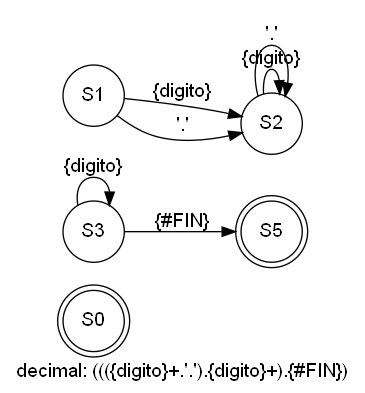
This is AFD_202004765/AFD_decimal.png from PikaGuty/OLC1_Proyecto1_202004765, a Graphviz export, as it was before one commit. Its source is kept beside it as AFD_202004765/AFD_decimal.dot. The source it was exported from:
```dot
digraph finite_state_machine {
	fontname="Helvetica,Arial,sans-serif"
       label="decimal: ((({digito}+.'.').{digito}+).{#FIN})"	node [fontname="Helvetica,Arial,sans-serif"]
	edge [fontname="Helvetica,Arial,sans-serif"]
	rankdir=LR;
	size="8,5";
       node [shape = doublecircle]; S0 S5;
	node [shape = circle];S1 -> S2 [label = "{digito}"];
S1 -> S2 [label = "'.'"];
S2 -> S2 [label = "{digito}"];
S2 -> S2 [label = "'.'"];
S3 -> S3 [label = "{digito}"];
S3 -> S5 [label = "{#FIN}"];
}
```
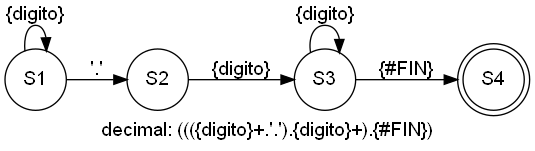
After the change.

The edit, as a diff of the source:
```diff
@@ -4,11 +4,10 @@
 	edge [fontname="Helvetica,Arial,sans-serif"]
 	rankdir=LR;
 	size="8,5";
-       node [shape = doublecircle]; S0 S5;
-	node [shape = circle];S1 -> S2 [label = "{digito}"];
+       node [shape = doublecircle]; S4;
+	node [shape = circle];S1 -> S1 [label = "{digito}"];
 S1 -> S2 [label = "'.'"];
-S2 -> S2 [label = "{digito}"];
-S2 -> S2 [label = "'.'"];
+S2 -> S3 [label = "{digito}"];
 S3 -> S3 [label = "{digito}"];
-S3 -> S5 [label = "{#FIN}"];
+S3 -> S4 [label = "{#FIN}"];
 }
```
